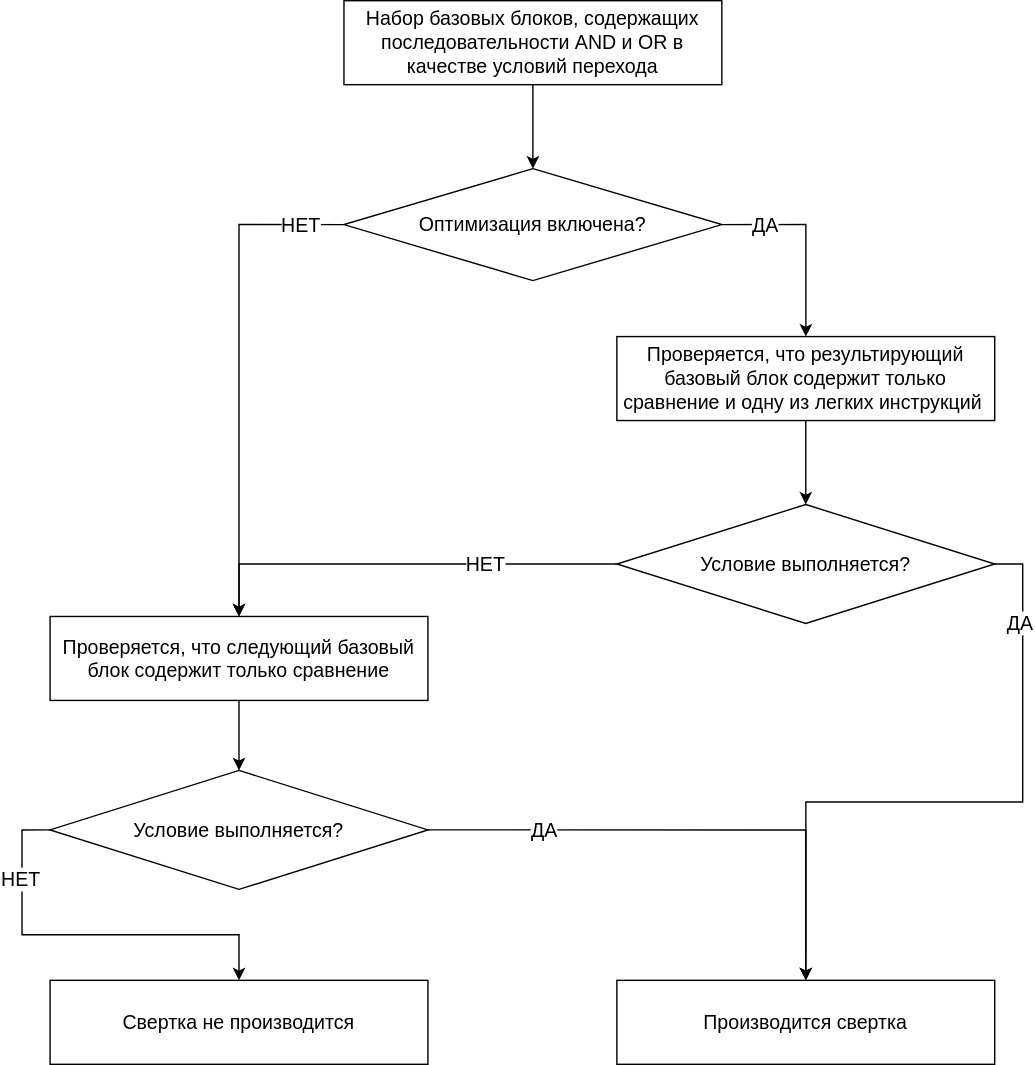
Above: images/SVG/ifcvt2.drawio.svg in norrilsk/Phd (draw.io), before the change. Source tidied: cells renumbered, new cells last; positions are measured from the earlier drawing's top-left corner, leaving out a move shared by most shapes.
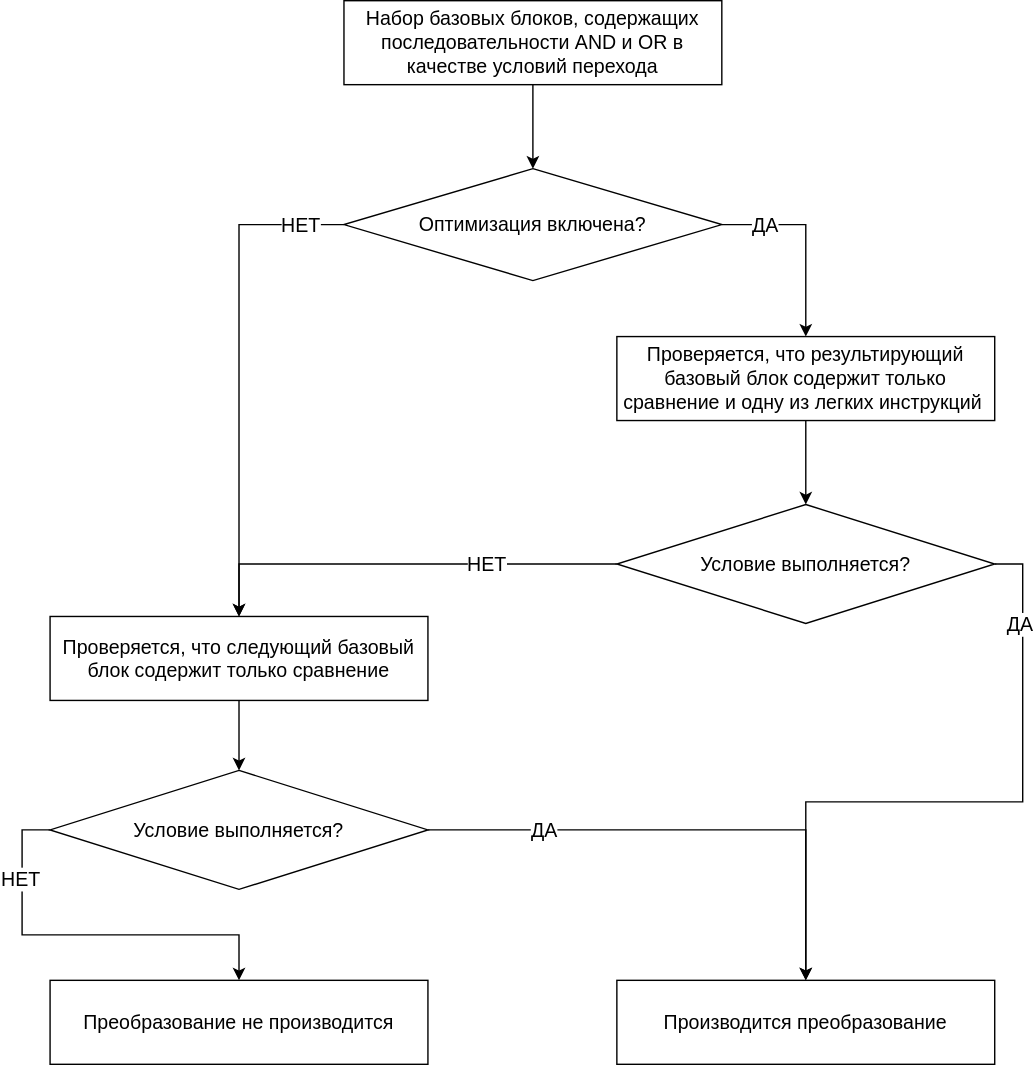
The same file after the commit.

The edit, as a diff of the source:
```diff
@@ -73,10 +73,10 @@
     <mxCell id="22" value="&lt;font style=&quot;font-size: 14px;&quot;&gt;Условие выполняется?&lt;/font&gt;" style="rhombus;whiteSpace=wrap;html=1;" parent="1" vertex="1">
       <mxGeometry y="550" width="270" height="85" as="geometry" />
     </mxCell>
-    <mxCell id="23" value="&lt;font style=&quot;font-size: 14px;&quot;&gt;Производится свертка&lt;/font&gt;" style="rounded=0;whiteSpace=wrap;html=1;" parent="1" vertex="1">
+    <mxCell id="23" value="&lt;font style=&quot;font-size: 14px;&quot;&gt;Производится преобразование&lt;/font&gt;" style="rounded=0;whiteSpace=wrap;html=1;" parent="1" vertex="1">
       <mxGeometry x="405" y="700" width="270" height="60" as="geometry" />
     </mxCell>
-    <mxCell id="24" value="&lt;font style=&quot;font-size: 14px;&quot;&gt;Свертка не производится&lt;/font&gt;" style="rounded=0;whiteSpace=wrap;html=1;" parent="1" vertex="1">
+    <mxCell id="24" value="&lt;font style=&quot;font-size: 14px;&quot;&gt;Преобразование не производится&lt;/font&gt;" style="rounded=0;whiteSpace=wrap;html=1;" parent="1" vertex="1">
       <mxGeometry y="700" width="270" height="60" as="geometry" />
     </mxCell>
   </root>
```
